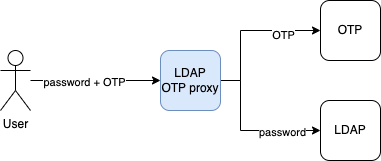
Before: doc/architecture.drawio.png, a diagram exported from draw.io (widespot/ldap-otp-gateway). Source tidied: cells renumbered, new cells last; positions are measured from the earlier drawing's top-left corner, leaving out a move shared by most shapes. The source it was exported from:
```xml
<mxGraphModel>
  <root>
    <mxCell id="0" />
    <mxCell id="1" parent="0" />
    <mxCell id="2" style="edgeStyle=orthogonalEdgeStyle;rounded=0;jettySize=auto;html=1;entryX=0;entryY=0.5;entryDx=0;entryDy=0;" parent="1" edge="1" source="4" target="9">
      <mxGeometry relative="1" as="geometry" />
    </mxCell>
    <mxCell id="3" value="password + OTP" style="edgeLabel;html=1;align=center;verticalAlign=middle;" parent="2" vertex="1">
      <mxGeometry x="-0.18" y="-1" relative="1" as="geometry" />
    </mxCell>
    <mxCell id="4" value="User" style="shape=umlActor;verticalLabelPosition=bottom;verticalAlign=top;html=1;outlineConnect=0;" parent="1" vertex="1">
      <mxGeometry y="50" width="30" height="60" as="geometry" />
    </mxCell>
    <mxCell id="5" style="edgeStyle=orthogonalEdgeStyle;rounded=0;jettySize=auto;html=1;entryX=0;entryY=0.5;entryDx=0;entryDy=0;" parent="1" edge="1" source="9" target="10">
      <mxGeometry relative="1" as="geometry">
        <Array as="points">
          <mxPoint x="240" y="80" />
          <mxPoint x="240" y="30" />
        </Array>
      </mxGeometry>
    </mxCell>
    <mxCell id="6" value="OTP" style="edgeLabel;html=1;align=center;verticalAlign=middle;" parent="5" vertex="1">
      <mxGeometry x="0.49" y="-4" relative="1" as="geometry" />
    </mxCell>
    <mxCell id="7" style="edgeStyle=orthogonalEdgeStyle;rounded=0;jettySize=auto;html=1;" parent="1" edge="1" source="9" target="11">
      <mxGeometry relative="1" as="geometry">
        <Array as="points">
          <mxPoint x="240" y="80" />
          <mxPoint x="240" y="130" />
        </Array>
      </mxGeometry>
    </mxCell>
    <mxCell id="8" value="password" style="edgeLabel;html=1;align=center;verticalAlign=middle;" parent="7" vertex="1">
      <mxGeometry x="0.48" y="-1" relative="1" as="geometry" />
    </mxCell>
    <mxCell id="9" value="LDAP OTP proxy" style="rounded=1;whiteSpace=wrap;html=1;fillColor=#dae8fc;strokeColor=#6c8ebf;" parent="1" vertex="1">
      <mxGeometry x="160" y="50" width="60" height="60" as="geometry" />
    </mxCell>
    <mxCell id="10" value="OTP" style="rounded=1;whiteSpace=wrap;html=1;" parent="1" vertex="1">
      <mxGeometry x="320" width="60" height="60" as="geometry" />
    </mxCell>
    <mxCell id="11" value="LDAP" style="rounded=1;whiteSpace=wrap;html=1;" parent="1" vertex="1">
      <mxGeometry x="320" y="100" width="60" height="60" as="geometry" />
    </mxCell>
  </root>
</mxGraphModel>
```
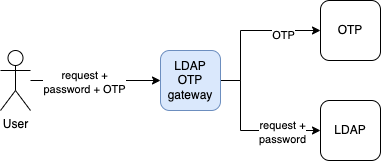
After the commit.

What changed in the source:
```diff
@@ -5,7 +5,7 @@
     <mxCell id="2" style="edgeStyle=orthogonalEdgeStyle;rounded=0;jettySize=auto;html=1;entryX=0;entryY=0.5;entryDx=0;entryDy=0;" parent="1" edge="1" source="4" target="9">
       <mxGeometry relative="1" as="geometry" />
     </mxCell>
-    <mxCell id="3" value="password + OTP" style="edgeLabel;html=1;align=center;verticalAlign=middle;" parent="2" vertex="1">
+    <mxCell id="3" value="request +&lt;br&gt;password + OTP" style="edgeLabel;html=1;align=center;verticalAlign=middle;" parent="2" vertex="1">
       <mxGeometry x="-0.18" y="-1" relative="1" as="geometry" />
     </mxCell>
     <mxCell id="4" value="User" style="shape=umlActor;verticalLabelPosition=bottom;verticalAlign=top;html=1;outlineConnect=0;" parent="1" vertex="1">
@@ -30,10 +30,10 @@
         </Array>
       </mxGeometry>
     </mxCell>
-    <mxCell id="8" value="password" style="edgeLabel;html=1;align=center;verticalAlign=middle;" parent="7" vertex="1">
+    <mxCell id="8" value="request +&lt;br&gt;password" style="edgeLabel;html=1;align=center;verticalAlign=middle;" parent="7" vertex="1">
       <mxGeometry x="0.48" y="-1" relative="1" as="geometry" />
     </mxCell>
-    <mxCell id="9" value="LDAP OTP proxy" style="rounded=1;whiteSpace=wrap;html=1;fillColor=#dae8fc;strokeColor=#6c8ebf;" parent="1" vertex="1">
+    <mxCell id="9" value="LDAP OTP gateway" style="rounded=1;whiteSpace=wrap;html=1;fillColor=#dae8fc;strokeColor=#6c8ebf;" parent="1" vertex="1">
       <mxGeometry x="160" y="50" width="60" height="60" as="geometry" />
     </mxCell>
     <mxCell id="10" value="OTP" style="rounded=1;whiteSpace=wrap;html=1;" parent="1" vertex="1">
```
